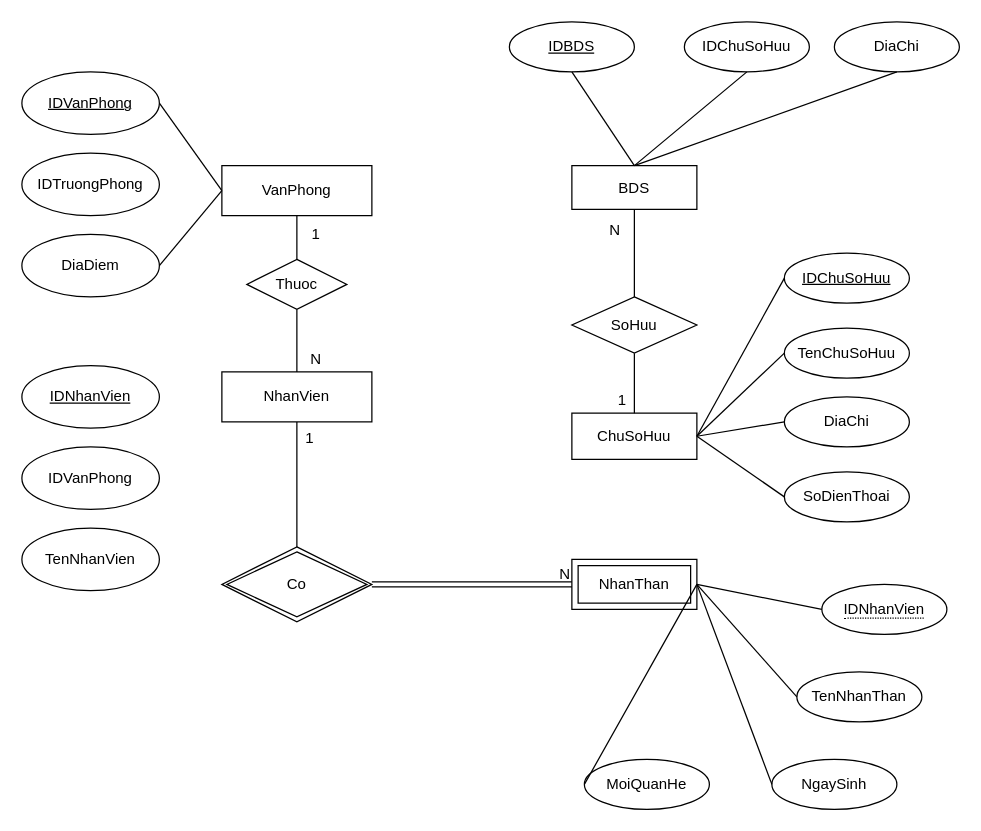
The draw.io diagram QLBDS.drawio in thaiNguyen004/CSDL, before the edit. Source tidied: cells renumbered, new cells numbered last; positions are measured from the earlier drawing's top-left corner, leaving out a move shared by most shapes. Both pictures are drawn from the tidied source at 125%, with x=0, y=0 at pixel (21, 21).
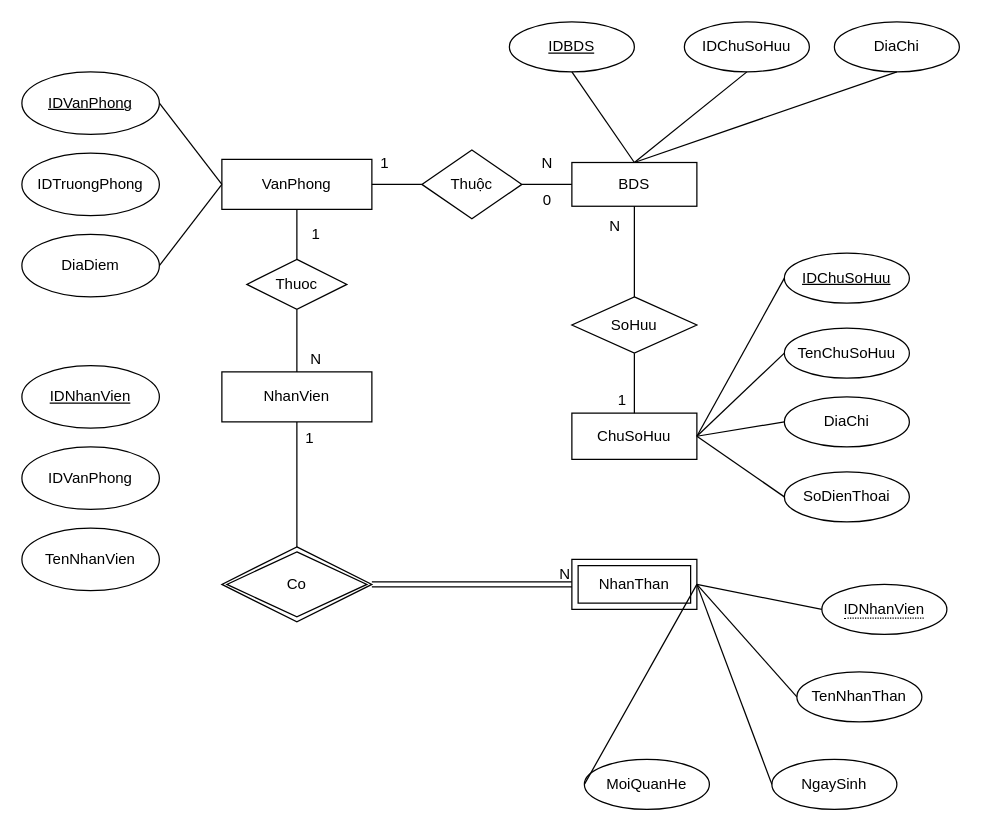
After the change.

Commit message:
sua lỗi nho

What changed in the source:
```diff
@@
     <mxCell id="2" value="VanPhong" style="rounded=0;whiteSpace=wrap;html=1;" parent="1" vertex="1">
-      <mxGeometry x="160" y="115" width="120" height="40" as="geometry" />
+      <mxGeometry x="160" y="110" width="120" height="40" as="geometry" />
     </mxCell>
@@
     <mxCell id="4" value="BDS" style="rounded=0;whiteSpace=wrap;html=1;" parent="1" vertex="1">
-      <mxGeometry x="440" y="115" width="100" height="35" as="geometry" />
+      <mxGeometry x="440" y="112.5" width="100" height="35" as="geometry" />
     </mxCell>
@@
+    <mxCell id="52" value="Thuộc" style="rhombus;whiteSpace=wrap;html=1;" parent="1" vertex="1">
+      <mxGeometry x="320" y="102.5" width="80" height="55" as="geometry" />
+    </mxCell>
+    <mxCell id="53" style="endArrow=none;html=1;rounded=0;entryX=0;entryY=0.5;entryDx=0;entryDy=0;exitX=1;exitY=0.5;exitDx=0;exitDy=0;" parent="1" edge="1" source="2" target="52">
+      <mxGeometry relative="1" as="geometry" />
+    </mxCell>
+    <mxCell id="54" style="endArrow=none;html=1;rounded=0;entryX=0;entryY=0.5;entryDx=0;entryDy=0;exitX=1;exitY=0.5;exitDx=0;exitDy=0;" parent="1" edge="1" source="52" target="4">
+      <mxGeometry relative="1" as="geometry" />
+    </mxCell>
+    <mxCell id="55" value="1" style="text;html=1;align=center;verticalAlign=middle;strokeColor=none;fillColor=none;" parent="1" vertex="1">
+      <mxGeometry x="275" y="98" width="30" height="30" as="geometry" />
+    </mxCell>
+    <mxCell id="56" value="N" style="text;html=1;align=center;verticalAlign=middle;strokeColor=none;fillColor=none;" parent="1" vertex="1">
+      <mxGeometry x="405" y="98" width="30" height="30" as="geometry" />
+    </mxCell>
+    <mxCell id="57" value="0" style="text;html=1;align=center;verticalAlign=middle;strokeColor=none;fillColor=none;" parent="1" vertex="1">
+      <mxGeometry x="405" y="128" width="30" height="30" as="geometry" />
+    </mxCell>
```
